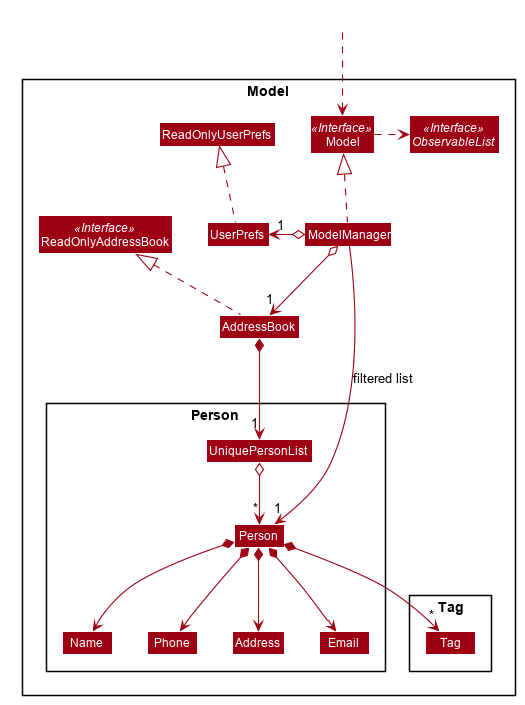
The PlantUML diagram docs/images/ModelClassDiagram.png in nus-cs2103-AY1920S2/addressbook-level3, before a commit.
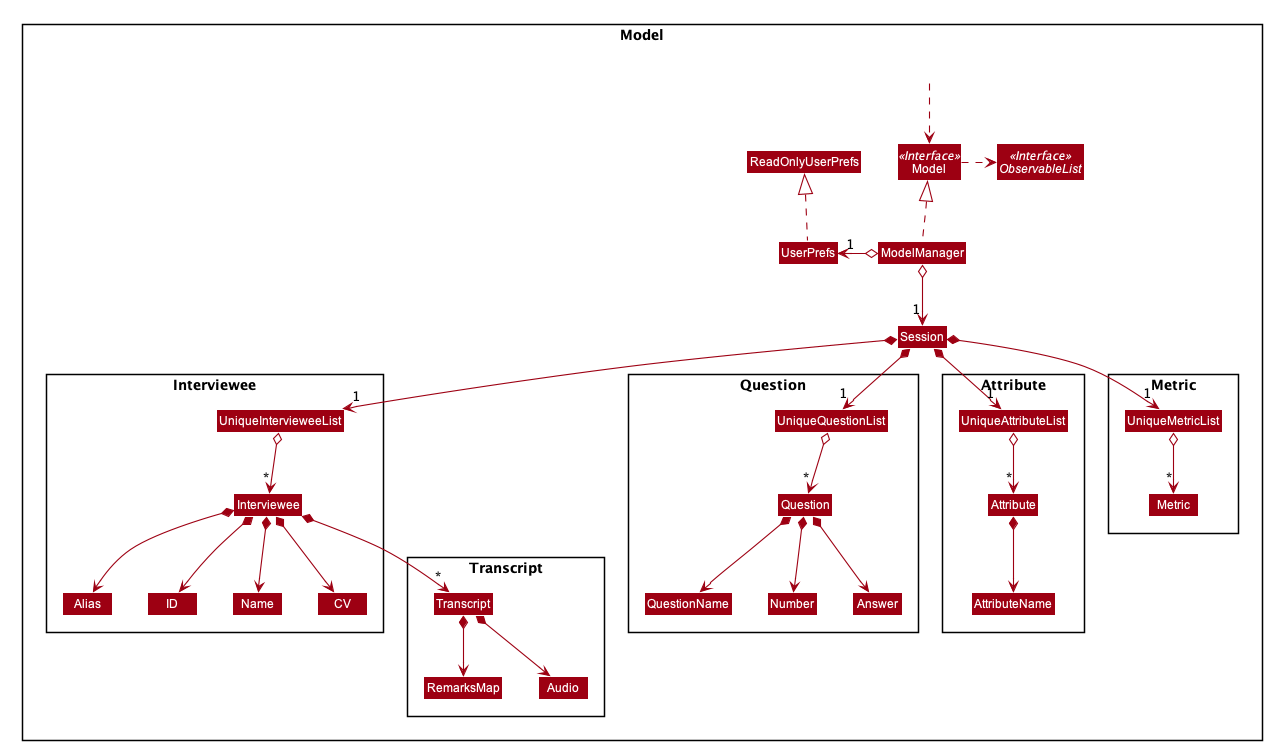
The same file after the commit.

Commit message:
Update UML Diagram (#8)

What changed in the source:
```diff
@@ -52,52 +52,79 @@
 skinparam classBackgroundColor #9D0012
 
 Package Model <<Rectangle>>{
-Interface ReadOnlyAddressBook <<Interface>>
 Interface Model <<Interface>>
 Interface ObservableList <<Interface>>
-Class AddressBook
-Class ReadOnlyAddressBook
+Class Session
 Class Model
 Class ModelManager
 Class UserPrefs
 Class ReadOnlyUserPrefs
 
-Package Person {
-Class Person
-Class Address
-Class Email
+Package Interviewee {
+Class Interviewee
+Class Alias
+Class ID
 Class Name
-Class Phone
-Class UniquePersonList
+Class CV
+Class Transcript
+Class UniqueIntervieweeList
 }
 
-Package Tag {
-Class Tag
+Package Question {
+Class Question
+Class QuestionName
+Class Number
+Class Answer
+Class UniqueQuestionList
 }
+
+Package Attribute {
+Class Attribute
+Class AttributeName
+Class UniqueAttributeList
+}
+
+Package Metric {
+Class UniqueMetricList
+Class Metric
+}
+
+Package Transcript {
+Class Transcript
+Class RemarksMap
+Class Audio
 }
 
 Class HiddenOutside #FFFFFF
 HiddenOutside ..> Model
 
-AddressBook .up.|> ReadOnlyAddressBook
-
 ModelManager .up.|> Model
 Model .right.> ObservableList
-ModelManager o--> "1" AddressBook
+ModelManager o--> "1" Session
 ModelManager o-left-> "1" UserPrefs
 UserPrefs .up.|> ReadOnlyUserPrefs
 
-AddressBook *--> "1" UniquePersonList
-UniquePersonList o--> "*" Person
-Person *--> Name
-Person *--> Phone
-Person *--> Email
-Person *--> Address
-Person *--> "*" Tag
+Session *--> "1" UniqueIntervieweeList
+UniqueIntervieweeList o--> "*" Interviewee
+Interviewee *--> Name
+Interviewee *--> Alias
+Interviewee *--> ID
+Interviewee *--> CV
+Interviewee *--> "*" Transcript
+Transcript *--> RemarksMap
+Transcript *--> Audio
 
-Name -[hidden]right-> Phone
-Phone -[hidden]right-> Address
-Address -[hidden]right-> Email
+Session *--> "1" UniqueAttributeList
+UniqueAttributeList o--> "*" Attribute
+Attribute *--> AttributeName
 
-ModelManager -->"1" Person : filtered list
+Session *--> "1" UniqueQuestionList
+UniqueQuestionList o--> "*" Question
+Question *--> QuestionName
+Question *--> Number
+Question *--> Answer
+
+Session *--> "1" UniqueMetricList
+UniqueMetricList o--> "*" Metric
+
 @enduml
```
